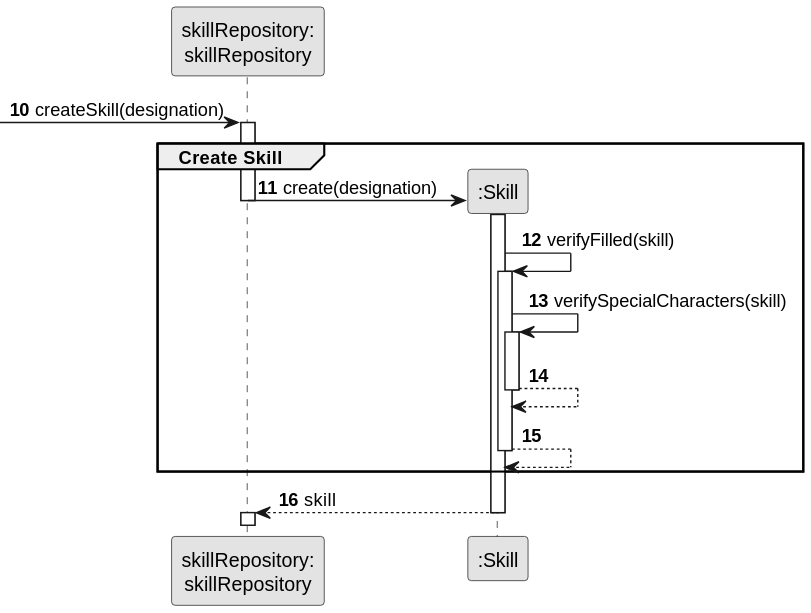
The PlantUML diagram docs/sprintB/us001/03.design/svg/us001-sequence-diagram-partial-create-skill.svg in ricardomm7/leaflink, before a commit. Source of this version:
```plantuml
@startuml
skinparam monochrome true
skinparam packageStyle rectangle
skinparam shadowing false

autonumber 10

participant "skillRepository:\nskillRepository" as skillRepository
participant ":Skill" as Skill

-> skillRepository : createSkill(designation)
activate skillRepository
group Create Skill
    skillRepository-> Skill** : create(designation)
    deactivate skillRepository
        activate Skill

    Skill -> Skill : verifyFilled(skill)
        activate Skill
        Skill -> Skill : verifySpecialCharacters(skill)
        activate Skill
        Skill --> Skill
    deactivate Skill
    Skill --> Skill
    deactivate Skill
end
    Skill --> skillRepository : skill
    deactivate Skill
    activate skillRepository
@enduml
```
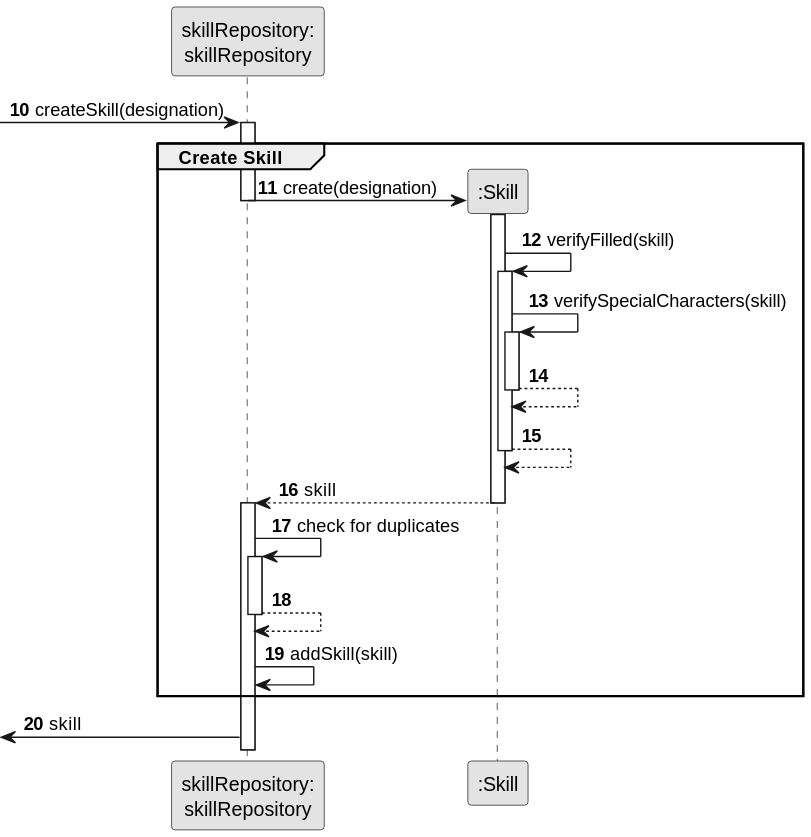
Later version of the same file.

What changed in the source:
```diff
@@ -23,8 +23,19 @@
     deactivate Skill
     Skill --> Skill
     deactivate Skill
-end
+
     Skill --> skillRepository : skill
     deactivate Skill
     activate skillRepository
+
+    skillRepository -> skillRepository : check for duplicates
+        activate skillRepository
+        skillRepository -->skillRepository
+        deactivate skillRepository
+
+            skillRepository -> skillRepository: addSkill(skill)
+
+
+end
+ <- skillRepository: skill
 @enduml
```
